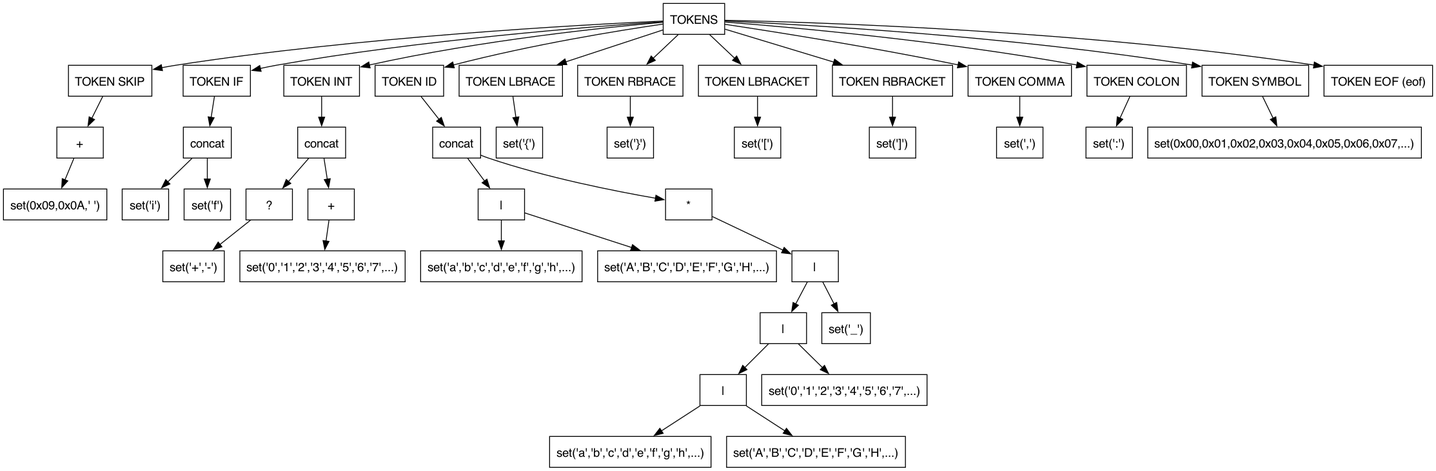
Javiervalladares1/proyectoDLP keeps this Graphviz diagram as examples/features_tree.png. Above is the earlier version. Its source is kept beside it as examples/features_tree.dot. Source of this version:
```dot
digraph RegexTree {
  rankdir=TB;
  node [shape=box, fontname="Helvetica"];
  n0 [label="TOKENS"];
  n1 [label="TOKEN SKIP"];
  n0 -> n1;
  n2 [label="+"];
  n3 [label="set(0x09,0x0A,' ')"];
  n2 -> n3;
  n1 -> n2;
  n4 [label="TOKEN IF"];
  n0 -> n4;
  n5 [label="concat"];
  n6 [label="set('i')"];
  n5 -> n6;
  n7 [label="set('f')"];
  n5 -> n7;
  n4 -> n5;
  n8 [label="TOKEN INT"];
  n0 -> n8;
  n9 [label="concat"];
  n10 [label="?"];
  n11 [label="set('+','-')"];
  n10 -> n11;
  n9 -> n10;
  n12 [label="+"];
  n13 [label="set('0','1','2','3','4','5','6','7',...)"];
  n12 -> n13;
  n9 -> n12;
  n8 -> n9;
  n14 [label="TOKEN ID"];
  n0 -> n14;
  n15 [label="concat"];
  n16 [label="|"];
  n17 [label="set('a','b','c','d','e','f','g','h',...)"];
  n16 -> n17;
  n18 [label="set('A','B','C','D','E','F','G','H',...)"];
  n16 -> n18;
  n15 -> n16;
  n19 [label="*"];
  n20 [label="|"];
  n21 [label="|"];
  n22 [label="|"];
  n23 [label="set('a','b','c','d','e','f','g','h',...)"];
  n22 -> n23;
  n24 [label="set('A','B','C','D','E','F','G','H',...)"];
  n22 -> n24;
  n21 -> n22;
  n25 [label="set('0','1','2','3','4','5','6','7',...)"];
  n21 -> n25;
  n20 -> n21;
  n26 [label="set('_')"];
  n20 -> n26;
  n19 -> n20;
  n15 -> n19;
  n14 -> n15;
  n27 [label="TOKEN LBRACE"];
  n0 -> n27;
  n28 [label="set('{')"];
  n27 -> n28;
  n29 [label="TOKEN RBRACE"];
  n0 -> n29;
  n30 [label="set('}')"];
  n29 -> n30;
  n31 [label="TOKEN LBRACKET"];
  n0 -> n31;
  n32 [label="set('[')"];
  n31 -> n32;
  n33 [label="TOKEN RBRACKET"];
  n0 -> n33;
  n34 [label="set(']')"];
  n33 -> n34;
  n35 [label="TOKEN COMMA"];
  n0 -> n35;
  n36 [label="set(',')"];
  n35 -> n36;
  n37 [label="TOKEN COLON"];
  n0 -> n37;
  n38 [label="set(':')"];
  n37 -> n38;
  n39 [label="TOKEN SYMBOL"];
  n0 -> n39;
  n40 [label="set(0x00,0x01,0x02,0x03,0x04,0x05,0x06,0x07,...)"];
  n39 -> n40;
  n41 [label="TOKEN EOF (eof)"];
  n0 -> n41;
}
```
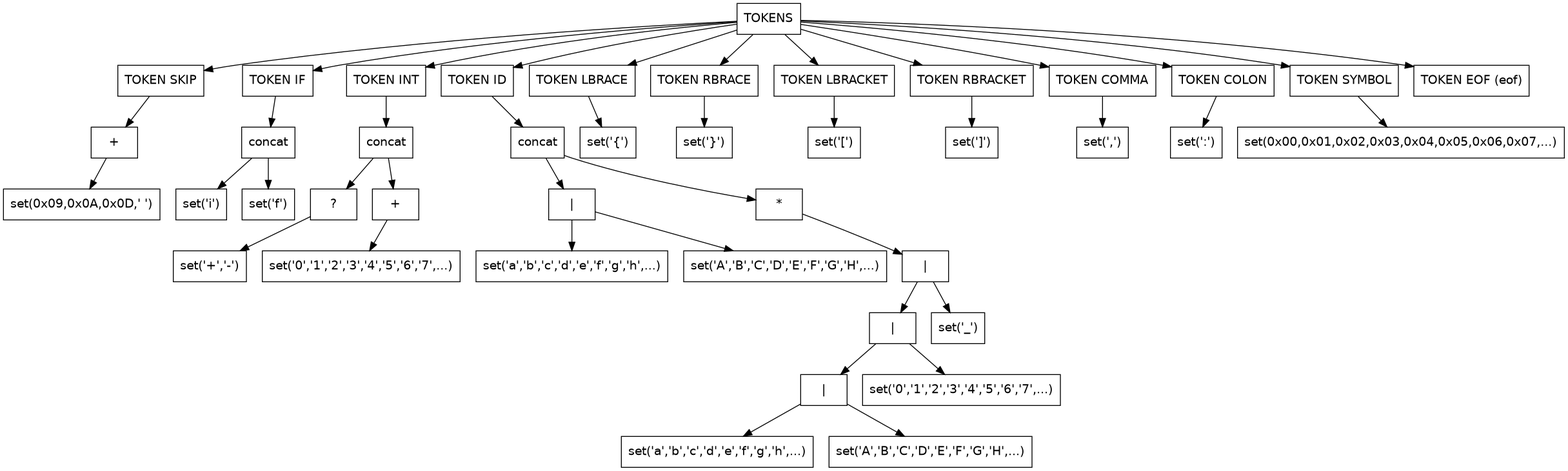
After the commit.

The edit, as a diff of the source:
```diff
@@ -5,7 +5,7 @@
   n1 [label="TOKEN SKIP"];
   n0 -> n1;
   n2 [label="+"];
-  n3 [label="set(0x09,0x0A,' ')"];
+  n3 [label="set(0x09,0x0A,0x0D,' ')"];
   n2 -> n3;
   n1 -> n2;
   n4 [label="TOKEN IF"];
```
